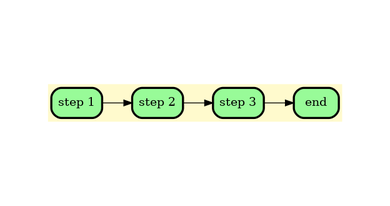
This is graphDump/dump.png from BulgakovDmitry/LFU_cache, a Graphviz export, as it was before one commit. Its source is kept beside it as graphDump/dump.gv.
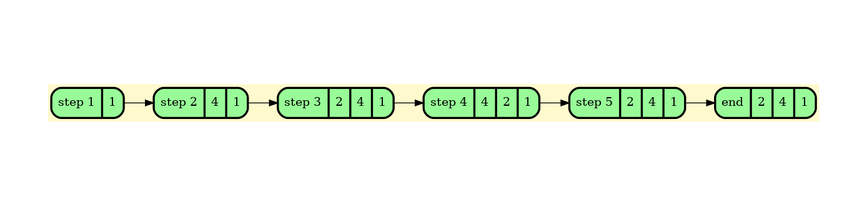
The same diagram one commit later.

Change to the diagram source:
```diff
@@ -4,12 +4,16 @@
     node [style=filled, fontcolor=darkblue,    fillcolor=peachpuff, color="#252A34", penwidth=2.5];
     bgcolor="lemonchiffon";
 
-	node_0 [shape=Mrecord; style = filled; fillcolor = palegreen;color = "#000000"; fontcolor = "#000000";  label=" {step 1} "];
-	node_1 [shape=Mrecord; style = filled; fillcolor = palegreen;color = "#000000"; fontcolor = "#000000";  label=" {step 2} "];
-	node_2 [shape=Mrecord; style = filled; fillcolor = palegreen;color = "#000000"; fontcolor = "#000000";  label=" {step 3} "];
-	node_3 [shape=Mrecord; style = filled; fillcolor = palegreen;color = "#000000"; fontcolor = "#000000";  label=" { end }"];
+	node_0 [shape=Mrecord; style=filled; fillcolor=palegreen; color="#000000"; fontcolor="#000000"; label="{ step 1 | 1 }"];
+	node_1 [shape=Mrecord; style=filled; fillcolor=palegreen; color="#000000"; fontcolor="#000000"; label="{ step 2 | 4 | 1 }"];
+	node_2 [shape=Mrecord; style=filled; fillcolor=palegreen; color="#000000"; fontcolor="#000000"; label="{ step 3 | 2 | 4 | 1 }"];
+	node_3 [shape=Mrecord; style=filled; fillcolor=palegreen; color="#000000"; fontcolor="#000000"; label="{ step 4 | 4 | 2 | 1 }"];
+	node_4 [shape=Mrecord; style=filled; fillcolor=palegreen; color="#000000"; fontcolor="#000000"; label="{ step 5 | 2 | 4 | 1 }"];
+	node_5 [shape=Mrecord; style=filled; fillcolor=palegreen; color="#000000"; fontcolor="#000000"; label="{ end | 2 | 4 | 1 }"];
 
 	node_0 -> node_1
 	node_1 -> node_2
 	node_2 -> node_3
+	node_3 -> node_4
+	node_4 -> node_5
 }
```
